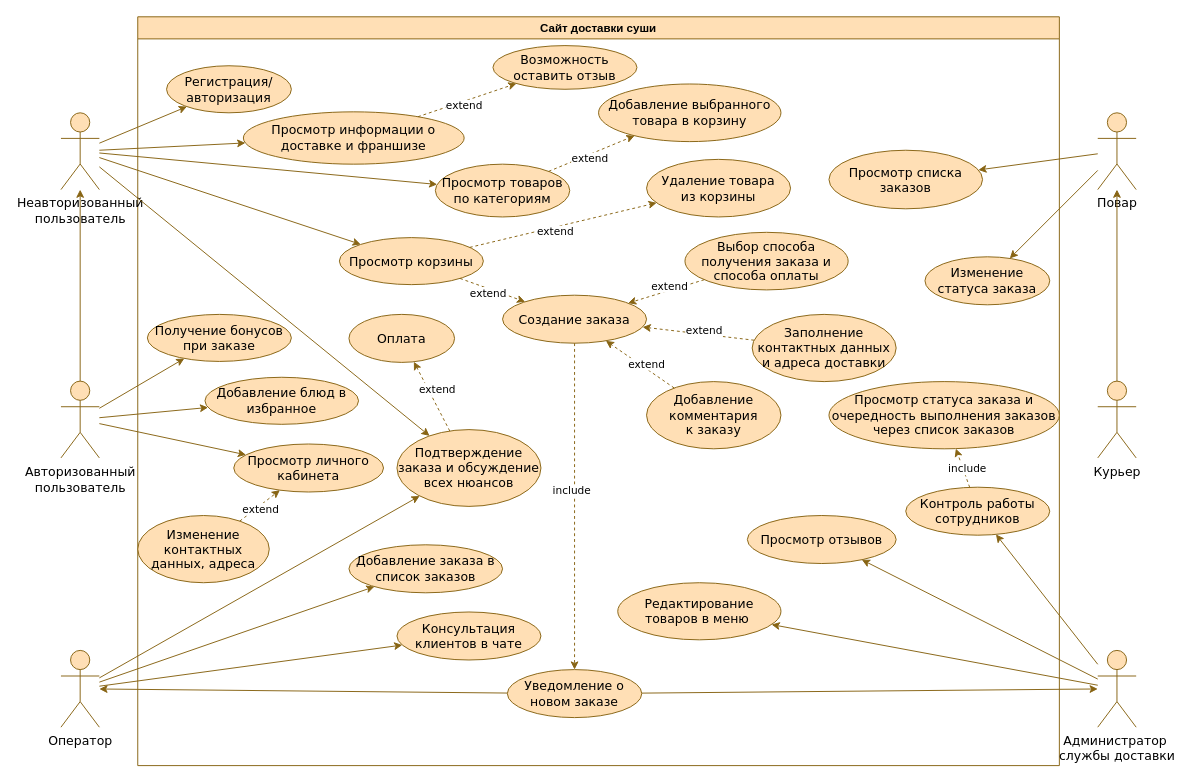
Earlier version of the draw.io diagram Диаграмма доставки суши.drawio (Karidess/Usecase_diagramma). Source tidied: cells renumbered, new cells numbered last; positions are measured from the earlier drawing's top-left corner, leaving out a move shared by most shapes. Both pictures are drawn from the tidied source at 96%, with x=0, y=0 at pixel (60, 16).
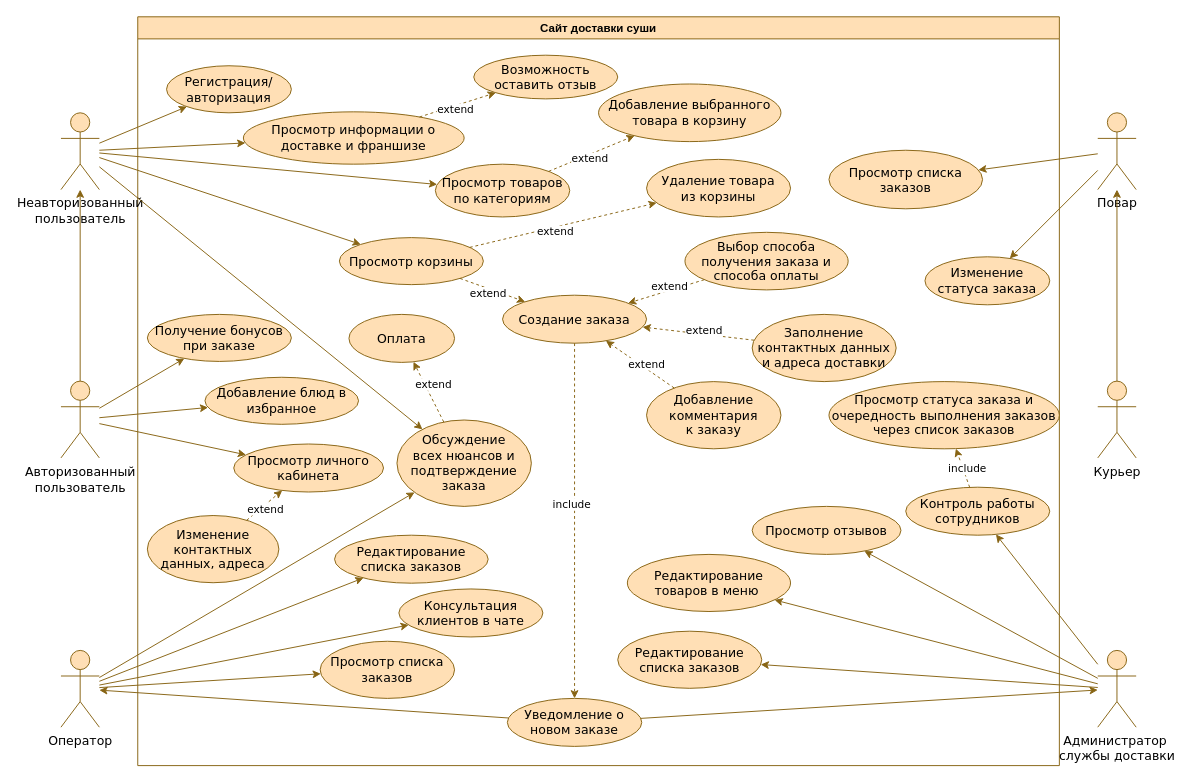
The same page after the edit.

The change refers to these unchanged cells:
```xml
<mxCell id="2" value="Сайт доставки суши" style="swimlane;whiteSpace=wrap;html=1;fillColor=#FFDFB5;strokeColor=#876413;" parent="1" vertex="1">
  <mxGeometry x="80" width="960" height="780" as="geometry" />
</mxCell>
<mxCell id="53" value="Оператор" style="shape=umlActor;verticalLabelPosition=bottom;verticalAlign=top;html=1;outlineConnect=0;strokeColor=#876413;fontFamily=Verdana;fontSize=13;fillColor=#FFDFB5;" parent="1" vertex="1">
  <mxGeometry y="660" width="40" height="80" as="geometry" />
</mxCell>
<mxCell id="55" value="Администратор&amp;nbsp;&lt;br&gt;службы доставки" style="shape=umlActor;verticalLabelPosition=bottom;verticalAlign=top;html=1;outlineConnect=0;strokeColor=#876413;fontFamily=Verdana;fontSize=13;fillColor=#FFDFB5;" parent="1" vertex="1">
  <mxGeometry x="1080" y="660" width="40" height="80" as="geometry" />
</mxCell>
```

What changed in the source:
```diff
@@
     <mxCell id="7" value="&lt;span style=&quot;font-family: Verdana; font-size: 13px;&quot;&gt;Уведомление о новом заказе&lt;/span&gt;" style="ellipse;whiteSpace=wrap;html=1;strokeColor=#876413;fillColor=#FFDFB5;" parent="2" vertex="1">
-      <mxGeometry x="385" y="680" width="140" height="50" as="geometry" />
+      <mxGeometry x="385" y="710" width="140" height="50" as="geometry" />
     </mxCell>
@@
     <mxCell id="14" value="&lt;font face=&quot;Verdana&quot;&gt;&lt;span style=&quot;font-size: 13px;&quot;&gt;Редактирование &lt;br&gt;товаров в меню&amp;nbsp;&lt;/span&gt;&lt;/font&gt;" style="ellipse;whiteSpace=wrap;html=1;strokeColor=#876413;fillColor=#FFDFB5;" parent="2" vertex="1">
-      <mxGeometry x="500" y="589.5" width="170" height="59.5" as="geometry" />
+      <mxGeometry x="510" y="560" width="170" height="59.5" as="geometry" />
     </mxCell>
-    <mxCell id="15" value="&lt;font face=&quot;Verdana&quot;&gt;&lt;span style=&quot;font-size: 13px;&quot;&gt;Подтверждение заказа и обсуждение всех нюансов&lt;/span&gt;&lt;/font&gt;" style="ellipse;whiteSpace=wrap;html=1;strokeColor=#876413;fillColor=#FFDFB5;" parent="2" vertex="1">
-      <mxGeometry x="270" y="430" width="150" height="80" as="geometry" />
+    <mxCell id="15" value="&lt;font face=&quot;Verdana&quot;&gt;&lt;span style=&quot;font-size: 13px;&quot;&gt;Обсуждение &lt;br&gt;всех нюансов и подтверждение &lt;br&gt;заказа&lt;/span&gt;&lt;/font&gt;" style="ellipse;whiteSpace=wrap;html=1;strokeColor=#876413;fillColor=#FFDFB5;" parent="2" vertex="1">
+      <mxGeometry x="270" y="420" width="140" height="90" as="geometry" />
     </mxCell>
@@
     <mxCell id="21" value="&lt;font face=&quot;Verdana&quot;&gt;&lt;span style=&quot;font-size: 13px;&quot;&gt;Возможность оставить отзыв&lt;/span&gt;&lt;/font&gt;" style="ellipse;whiteSpace=wrap;html=1;strokeColor=#876413;fillColor=#FFDFB5;" parent="2" vertex="1">
-      <mxGeometry x="370" y="30" width="150" height="45.5" as="geometry" />
+      <mxGeometry x="350" y="40" width="150" height="45.5" as="geometry" />
     </mxCell>
@@
     <mxCell id="39" value="&lt;font face=&quot;Verdana&quot;&gt;&lt;span style=&quot;font-size: 13px;&quot;&gt;Изменение контактных данных, адреса&lt;/span&gt;&lt;/font&gt;" style="ellipse;whiteSpace=wrap;html=1;strokeColor=#876413;fillColor=#FFDFB5;" parent="2" vertex="1">
-      <mxGeometry y="519.5" width="137" height="70" as="geometry" />
+      <mxGeometry x="10" y="519.5" width="137" height="70" as="geometry" />
     </mxCell>
@@
-    <mxCell id="42" value="&lt;font face=&quot;Verdana&quot;&gt;&lt;span style=&quot;font-size: 13px;&quot;&gt;Добавление заказа в список заказов&lt;br&gt;&lt;/span&gt;&lt;/font&gt;" style="ellipse;whiteSpace=wrap;html=1;strokeColor=#876413;fillColor=#FFDFB5;" parent="2" vertex="1">
-      <mxGeometry x="220" y="550" width="160" height="50" as="geometry" />
+    <mxCell id="42" value="&lt;font face=&quot;Verdana&quot;&gt;&lt;span style=&quot;font-size: 13px;&quot;&gt;Редактирование списка заказов&lt;br&gt;&lt;/span&gt;&lt;/font&gt;" style="ellipse;whiteSpace=wrap;html=1;strokeColor=#876413;fillColor=#FFDFB5;" parent="2" vertex="1">
+      <mxGeometry x="205" y="540" width="160" height="50" as="geometry" />
     </mxCell>
     <mxCell id="43" value="&lt;font face=&quot;Verdana&quot;&gt;&lt;span style=&quot;font-size: 13px;&quot;&gt;Консультация клиентов в чате&lt;/span&gt;&lt;br&gt;&lt;/font&gt;" style="ellipse;whiteSpace=wrap;html=1;strokeColor=#876413;fillColor=#FFDFB5;" parent="2" vertex="1">
-      <mxGeometry x="270" y="620" width="150" height="50" as="geometry" />
+      <mxGeometry x="272" y="596" width="150" height="50" as="geometry" />
     </mxCell>
@@
     <mxCell id="50" value="&lt;font face=&quot;Verdana&quot;&gt;&lt;span style=&quot;font-size: 13px;&quot;&gt;Просмотр отзывов&lt;/span&gt;&lt;/font&gt;" style="ellipse;whiteSpace=wrap;html=1;strokeColor=#876413;fillColor=#FFDFB5;" parent="2" vertex="1">
-      <mxGeometry x="635" y="519.5" width="155" height="50" as="geometry" />
+      <mxGeometry x="640" y="510" width="155" height="50" as="geometry" />
     </mxCell>
+    <mxCell id="77" value="&lt;font face=&quot;Verdana&quot;&gt;&lt;span style=&quot;font-size: 13px;&quot;&gt;Редактирование &lt;br&gt;списка заказов&lt;/span&gt;&lt;/font&gt;" style="ellipse;whiteSpace=wrap;html=1;strokeColor=#876413;fillColor=#FFDFB5;" parent="2" vertex="1">
+      <mxGeometry x="500" y="640" width="150" height="59.5" as="geometry" />
+    </mxCell>
+    <mxCell id="78" value="&lt;font face=&quot;Verdana&quot;&gt;&lt;span style=&quot;font-size: 13px;&quot;&gt;Просмотр списка заказов&lt;/span&gt;&lt;/font&gt;" style="ellipse;whiteSpace=wrap;html=1;strokeColor=#876413;fillColor=#FFDFB5;" parent="2" vertex="1">
+      <mxGeometry x="190" y="650.5" width="140" height="59.5" as="geometry" />
+    </mxCell>
@@
+    <mxCell id="79" style="endArrow=classic;html=1;rounded=0;fontFamily=Verdana;fontSize=13;strokeColor=#876413;strokeWidth=1;" parent="1" edge="1" source="55" target="77">
+      <mxGeometry relative="1" as="geometry" />
+    </mxCell>
+    <mxCell id="80" style="endArrow=classic;html=1;rounded=0;fontFamily=Verdana;fontSize=13;strokeColor=#876413;strokeWidth=1;" parent="1" edge="1" source="53" target="78">
+      <mxGeometry relative="1" as="geometry" />
+    </mxCell>
```
